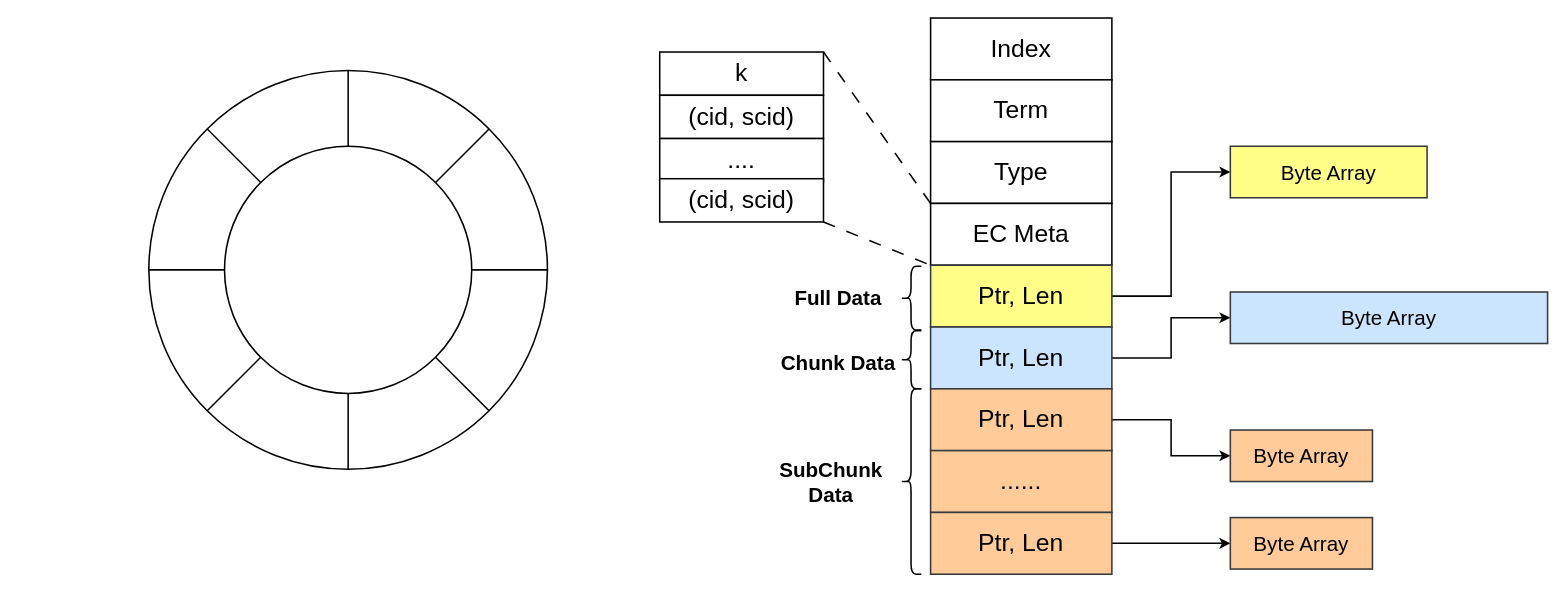
Holworth/DrawIO keeps this draw.io diagram as page "第 3 页" (3 of 4) of flexraft.drawio. Above is the earlier version. Source tidied: cells renumbered, new cells numbered last; positions are measured from the earlier drawing's top-left corner, leaving out a move shared by most shapes. Both pictures are drawn from the tidied source at 103%, with x=0, y=0 at pixel (148, 18).
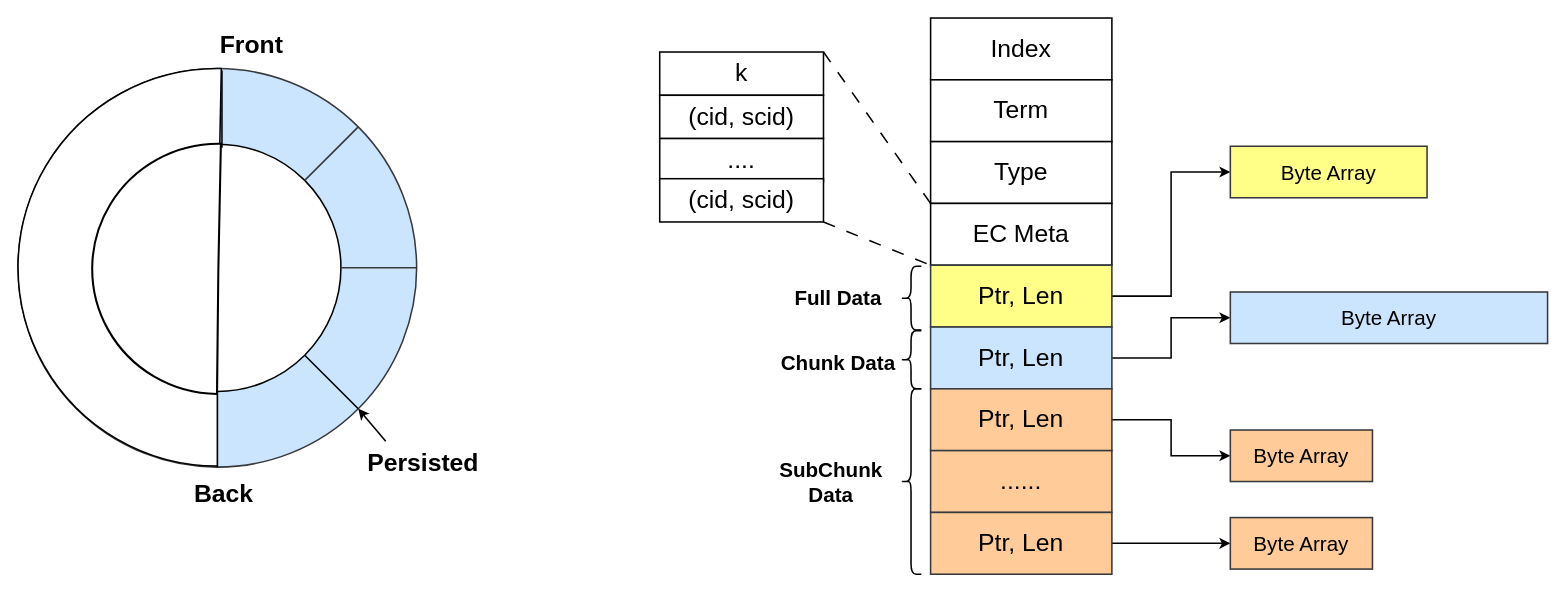
The same page after the edit.

What changed in the source:
```diff
@@
-    <mxCell id="2" style="ellipse;whiteSpace=wrap;html=1;strokeWidth=1.5;strokeColor=default;" parent="1" vertex="1">
-      <mxGeometry y="51" width="387" height="387" as="geometry" />
+    <mxCell id="2" style="ellipse;whiteSpace=wrap;html=1;strokeWidth=1.5;strokeColor=#36393d;fillColor=#cce5ff;" parent="1" vertex="1">
+      <mxGeometry x="-127" y="49" width="387" height="387" as="geometry" />
     </mxCell>
     <mxCell id="3" style="ellipse;whiteSpace=wrap;html=1;strokeWidth=1.5;strokeColor=default;" parent="1" vertex="1">
-      <mxGeometry x="73.5" y="124.5" width="240" height="240" as="geometry" />
+      <mxGeometry x="-53.5" y="122.5" width="240" height="240" as="geometry" />
     </mxCell>
-    <mxCell id="4" style="endArrow=none;html=1;rounded=0;exitX=1;exitY=0;exitDx=0;exitDy=0;entryX=1;entryY=0;entryDx=0;entryDy=0;strokeWidth=1.5;strokeColor=default;" parent="1" edge="1" source="3" target="2">
+    <mxCell id="4" style="endArrow=none;html=1;rounded=0;exitX=1;exitY=0;exitDx=0;exitDy=0;entryX=1;entryY=0;entryDx=0;entryDy=0;strokeWidth=1.5;strokeColor=#36393d;fillColor=#cdeb8b;" parent="1" edge="1" source="3" target="2">
       <mxGeometry relative="1" as="geometry" />
     </mxCell>
-    <mxCell id="5" style="endArrow=none;html=1;rounded=0;entryX=1;entryY=0;entryDx=0;entryDy=0;strokeWidth=1.5;strokeColor=default;" parent="1" edge="1" source="2">
+    <mxCell id="5" style="endArrow=none;html=1;rounded=0;entryX=1;entryY=0;entryDx=0;entryDy=0;strokeWidth=1.5;strokeColor=#36393d;fillColor=#cdeb8b;" parent="1" edge="1" source="2">
       <mxGeometry relative="1" as="geometry">
-        <mxPoint x="340" y="118" as="targetPoint" />
+        <mxPoint x="213" y="116" as="targetPoint" />
       </mxGeometry>
     </mxCell>
-    <mxCell id="6" style="endArrow=none;html=1;rounded=0;exitX=0.5;exitY=0;exitDx=0;exitDy=0;strokeWidth=1.5;strokeColor=default;" parent="1" edge="1" source="3" target="2">
-      <mxGeometry relative="1" as="geometry" />
+    <mxCell id="6" style="endArrow=none;html=1;rounded=0;strokeWidth=1.5;strokeColor=default;" parent="1" edge="1">
+      <mxGeometry relative="1" as="geometry">
+        <mxPoint x="71" y="126" as="sourcePoint" />
+        <mxPoint x="71" y="51" as="targetPoint" />
+      </mxGeometry>
     </mxCell>
-    <mxCell id="7" style="endArrow=none;html=1;rounded=0;exitX=1;exitY=0.5;exitDx=0;exitDy=0;entryX=1;entryY=0.5;entryDx=0;entryDy=0;strokeWidth=1.5;strokeColor=default;" parent="1" edge="1" source="3" target="2">
+    <mxCell id="7" style="endArrow=none;html=1;rounded=0;exitX=1;exitY=0.5;exitDx=0;exitDy=0;entryX=1;entryY=0.5;entryDx=0;entryDy=0;strokeWidth=1.5;strokeColor=#36393d;fillColor=#cdeb8b;" parent="1" edge="1" source="3" target="2">
       <mxGeometry relative="1" as="geometry" />
     </mxCell>
@@
+    <mxCell id="43" value="&lt;b&gt;&lt;font style=&quot;font-size: 24px;&quot;&gt;Front&lt;/font&gt;&lt;/b&gt;" style="text;html=1;align=center;verticalAlign=middle;whiteSpace=wrap;rounded=0;strokeWidth=1.5;" parent="1" vertex="1">
+      <mxGeometry x="70" y="11" width="60" height="30" as="geometry" />
+    </mxCell>
+    <mxCell id="44" value="&lt;b&gt;&lt;font style=&quot;font-size: 24px;&quot;&gt;Back&lt;/font&gt;&lt;/b&gt;" style="text;html=1;align=center;verticalAlign=middle;whiteSpace=wrap;rounded=0;strokeWidth=1.5;" parent="1" vertex="1">
+      <mxGeometry x="43" y="447" width="60" height="30" as="geometry" />
+    </mxCell>
+    <mxCell id="45" style="endArrow=classic;html=1;rounded=0;entryX=1;entryY=1;entryDx=0;entryDy=0;strokeWidth=1.5;" parent="1" edge="1" target="2">
+      <mxGeometry relative="1" as="geometry">
+        <mxPoint x="230" y="411" as="sourcePoint" />
+      </mxGeometry>
+    </mxCell>
+    <mxCell id="46" value="&lt;b&gt;&lt;font style=&quot;font-size: 24px;&quot;&gt;Persisted&lt;/font&gt;&lt;/b&gt;" style="text;html=1;align=center;verticalAlign=middle;whiteSpace=wrap;rounded=0;strokeWidth=1.5;" parent="1" vertex="1">
+      <mxGeometry x="160" y="417" width="213" height="30" as="geometry" />
+    </mxCell>
+    <mxCell id="47" style="verticalLabelPosition=bottom;verticalAlign=top;html=1;shape=mxgraph.basic.pie;startAngle=0.5;endAngle=0.0031826745504863986;strokeWidth=1.5;" parent="1" vertex="1">
+      <mxGeometry x="-127" y="49" width="387" height="386" as="geometry" />
+    </mxCell>
+    <mxCell id="48" style="verticalLabelPosition=bottom;verticalAlign=top;html=1;shape=mxgraph.basic.pie;startAngle=0.5017488850233618;endAngle=0.0031826745504863986;strokeWidth=2;" parent="1" vertex="1">
+      <mxGeometry x="-55" y="122" width="245" height="243" as="geometry" />
+    </mxCell>
```
